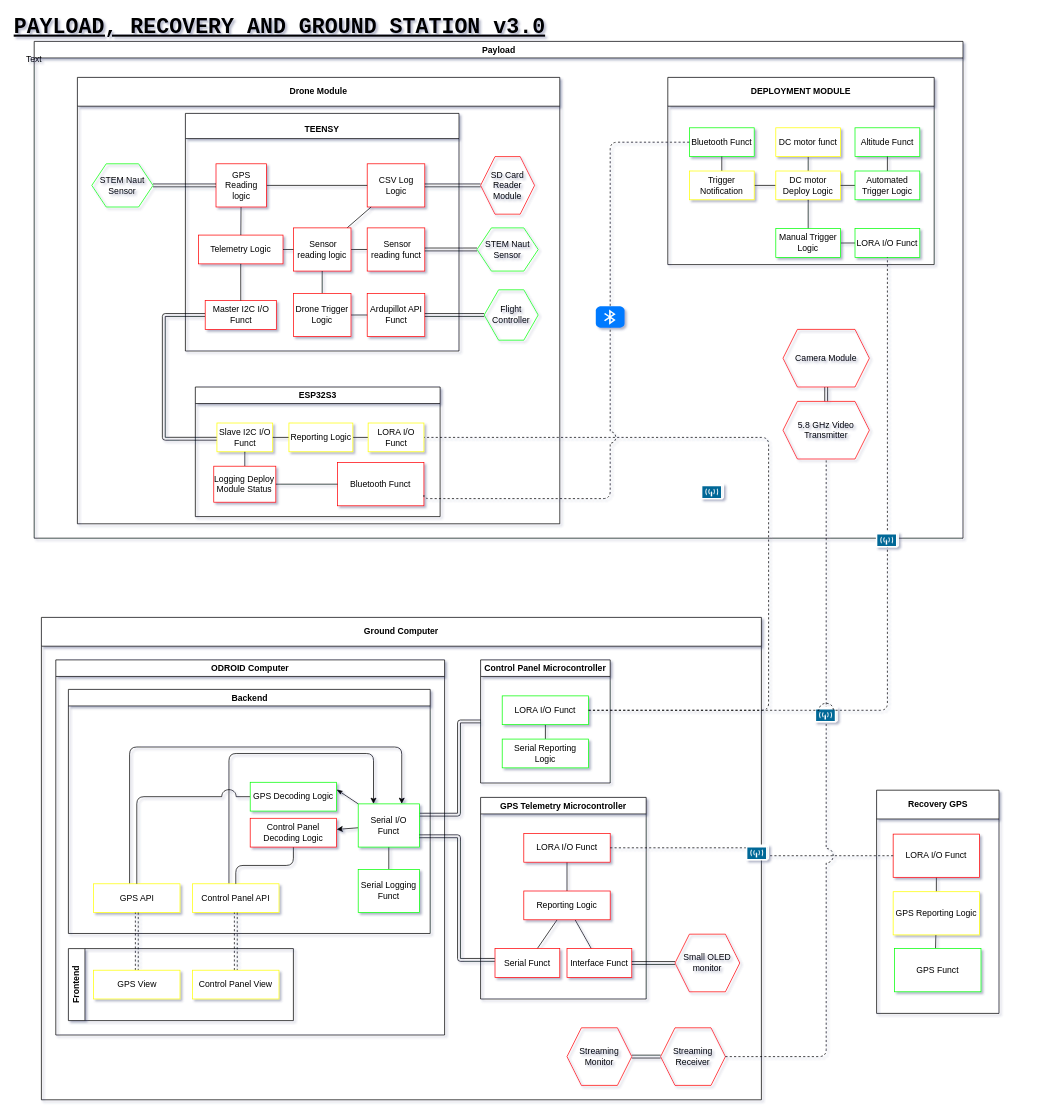
Above: page "Page-2" (1 of 6) of Design/Payload_charts.drawio in usfsoar/NSL_23-24_PayloadEECS (draw.io), before the change. Source tidied: cells renumbered, new cells numbered last; positions are measured from the earlier drawing's top-left corner, leaving out a move shared by most shapes. Both pictures are drawn from the tidied source at 72%, with x=0, y=0 at pixel (12, 12).
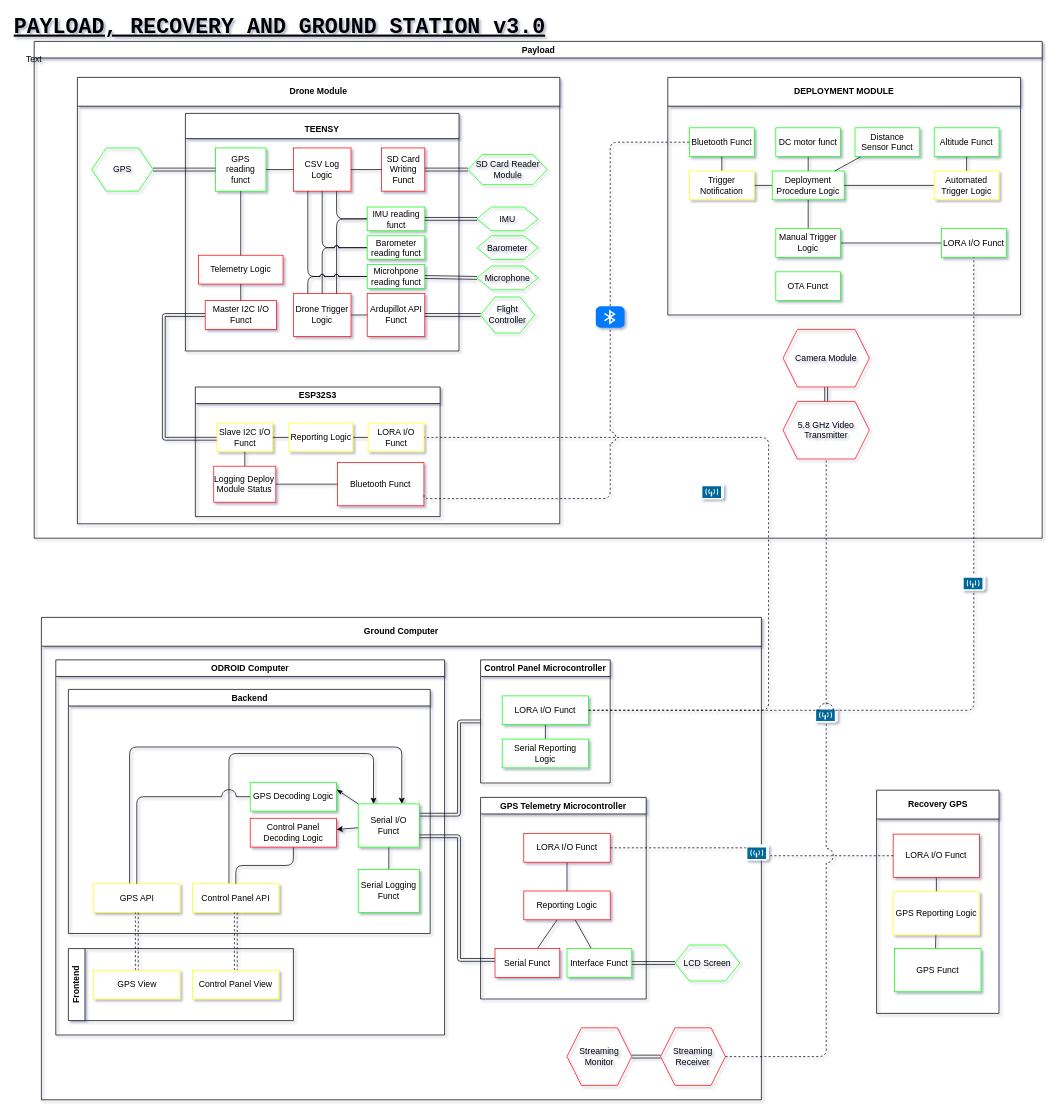
After the change.

The change refers to these unchanged cells:
```xml
<mxCell id="3" value="Ground Computer" style="swimlane;whiteSpace=wrap;html=1;startSize=40;" parent="1" vertex="1">
  <mxGeometry x="40" y="840" width="1000" height="670" as="geometry" />
</mxCell>
<mxCell id="7" value="LORA I/O Funct" style="rounded=0;whiteSpace=wrap;html=1;strokeColor=#00FF00;" parent="5" vertex="1">
  <mxGeometry x="30" y="50" width="120" height="40" as="geometry" />
</mxCell>
<mxCell id="29" value="GPS Telemetry Microcontroller" style="swimlane;whiteSpace=wrap;html=1;labelBackgroundColor=none;fontColor=default;" parent="3" vertex="1">
  <mxGeometry x="610" y="250" width="230" height="280" as="geometry" />
</mxCell>
<mxCell id="70" value="Drone Module" style="swimlane;whiteSpace=wrap;html=1;startSize=40;" parent="53" vertex="1">
  <mxGeometry x="60" y="50" width="670" height="620" as="geometry" />
</mxCell>
<mxCell id="82" value="&lt;font face=&quot;Helvetica&quot; style=&quot;font-size: 12px;&quot;&gt;TEENSY&lt;/font&gt;" style="swimlane;whiteSpace=wrap;html=1;labelBackgroundColor=none;fontFamily=Courier New;fontSize=30;fontColor=default;gradientColor=none;startSize=35;align=center;verticalAlign=middle;" parent="70" vertex="1">
  <mxGeometry x="150" y="50" width="380" height="330" as="geometry" />
</mxCell>
<mxCell id="97" value="Drone Trigger Logic" style="rounded=0;whiteSpace=wrap;html=1;strokeColor=#FF0000;" parent="82" vertex="1">
  <mxGeometry x="150" y="250" width="80" height="60" as="geometry" />
</mxCell>
```

The edit, as a diff of the source:
```diff
@@
-    <mxCell id="35" value="Interface Funct" style="rounded=0;whiteSpace=wrap;html=1;strokeColor=#FF0000;" parent="29" vertex="1">
+    <mxCell id="35" value="Interface Funct" style="rounded=0;whiteSpace=wrap;html=1;strokeColor=#00FF00;" parent="29" vertex="1">
       <mxGeometry x="120" y="210" width="90" height="40" as="geometry" />
     </mxCell>
@@
-    <mxCell id="41" value="Small OLED monitor" style="shape=hexagon;perimeter=hexagonPerimeter2;whiteSpace=wrap;html=1;fixedSize=1;strokeColor=#FF0000;fillColor=none;" parent="3" vertex="1">
-      <mxGeometry x="880" y="440" width="90" height="80" as="geometry" />
+    <mxCell id="41" value="LCD Screen" style="shape=hexagon;perimeter=hexagonPerimeter2;whiteSpace=wrap;html=1;fixedSize=1;strokeColor=#00FF00;fillColor=none;" parent="3" vertex="1">
+      <mxGeometry x="880" y="455" width="90" height="50" as="geometry" />
     </mxCell>
@@
     <mxCell id="53" value="Payload" style="swimlane;labelBackgroundColor=none;fontColor=default;gradientColor=none;html=1;" parent="1" vertex="1">
-      <mxGeometry x="30" y="40" width="1290" height="690" as="geometry" />
+      <mxGeometry x="30" y="40" width="1400" height="690" as="geometry" />
     </mxCell>
     <mxCell id="54" value="DEPLOYMENT MODULE" style="swimlane;whiteSpace=wrap;html=1;startSize=40;" parent="53" vertex="1">
-      <mxGeometry x="880" y="50" width="370" height="260" as="geometry" />
+      <mxGeometry x="880" y="50" width="490" height="330" as="geometry" />
     </mxCell>
@@
-    <mxCell id="56" value="DC motor funct" style="rounded=0;whiteSpace=wrap;html=1;strokeColor=#FFFF00;" parent="54" vertex="1">
+    <mxCell id="56" value="DC motor funct" style="rounded=0;whiteSpace=wrap;html=1;strokeColor=#00FF00;" parent="54" vertex="1">
       <mxGeometry x="150" y="70" width="90" height="40" as="geometry" />
     </mxCell>
@@
     <mxCell id="58" value="Altitude Funct" style="rounded=0;whiteSpace=wrap;html=1;strokeColor=#00FF00;" parent="54" vertex="1">
-      <mxGeometry x="260" y="70" width="90" height="40" as="geometry" />
+      <mxGeometry x="370" y="70" width="90" height="40" as="geometry" />
     </mxCell>
@@
-    <mxCell id="60" value="DC motor Deploy Logic" style="rounded=0;whiteSpace=wrap;html=1;strokeColor=#FFFF00;" parent="54" vertex="1">
-      <mxGeometry x="150" y="130" width="90" height="40" as="geometry" />
+    <mxCell id="60" value="Deployment Procedure Logic" style="rounded=0;whiteSpace=wrap;html=1;strokeColor=#00FF00;" parent="54" vertex="1">
+      <mxGeometry x="145" y="130" width="100" height="40" as="geometry" />
     </mxCell>
@@
-    <mxCell id="63" value="Automated Trigger Logic" style="rounded=0;whiteSpace=wrap;html=1;strokeColor=#00FF00;" parent="54" vertex="1">
-      <mxGeometry x="260" y="130" width="90" height="40" as="geometry" />
+    <mxCell id="63" value="Automated Trigger Logic" style="rounded=0;whiteSpace=wrap;html=1;strokeColor=#FFFF00;" parent="54" vertex="1">
+      <mxGeometry x="370" y="130" width="90" height="40" as="geometry" />
     </mxCell>
@@
     <mxCell id="67" value="LORA I/O Funct" style="rounded=0;whiteSpace=wrap;html=1;strokeColor=#00FF00;" parent="54" vertex="1">
-      <mxGeometry x="260" y="210" width="90" height="40" as="geometry" />
+      <mxGeometry x="380" y="210" width="90" height="40" as="geometry" />
     </mxCell>
@@
+    <mxCell id="117" value="OTA Funct" style="rounded=0;whiteSpace=wrap;html=1;strokeColor=#00FF00;" parent="54" vertex="1">
+      <mxGeometry x="150" y="270" width="90" height="40" as="geometry" />
+    </mxCell>
+    <mxCell id="118" style="jumpStyle=arc;html=1;endArrow=none;endFill=0;" parent="54" edge="1" source="119" target="60">
+      <mxGeometry relative="1" as="geometry" />
+    </mxCell>
+    <mxCell id="119" value="Distance Sensor Funct" style="rounded=0;whiteSpace=wrap;html=1;strokeColor=#00FF00;" parent="54" vertex="1">
+      <mxGeometry x="260" y="70" width="90" height="40" as="geometry" />
+    </mxCell>
@@
     <mxCell id="84" value="Telemetry Logic" style="rounded=0;whiteSpace=wrap;html=1;strokeColor=#FF0000;" parent="82" vertex="1">
-      <mxGeometry x="18.1" y="169" width="117.5" height="40" as="geometry" />
+      <mxGeometry x="18.1" y="197" width="117.5" height="40" as="geometry" />
     </mxCell>
     <mxCell id="85" value="CSV Log Logic" style="rounded=0;whiteSpace=wrap;html=1;strokeColor=#FF0000;" parent="82" vertex="1">
-      <mxGeometry x="252.5" y="70" width="80" height="60" as="geometry" />
+      <mxGeometry x="150" y="48" width="80" height="60" as="geometry" />
     </mxCell>
-    <mxCell id="86" style="edgeStyle=none;jumpStyle=arc;jumpSize=16;html=1;endArrow=none;endFill=0;" parent="82" edge="1" source="88" target="85">
-      <mxGeometry relative="1" as="geometry" />
-    </mxCell>
-    <mxCell id="87" style="edgeStyle=none;html=1;endArrow=none;endFill=0;" parent="82" edge="1" source="88" target="98">
-      <mxGeometry relative="1" as="geometry" />
-    </mxCell>
-    <mxCell id="88" value="&amp;nbsp;Sensor reading logic" style="rounded=0;whiteSpace=wrap;html=1;strokeColor=#FF0000;" parent="82" vertex="1">
-      <mxGeometry x="150" y="159" width="80" height="60" as="geometry" />
-    </mxCell>
@@
-    <mxCell id="90" style="edgeStyle=none;jumpStyle=arc;jumpSize=20;html=1;fontColor=default;startArrow=none;startFill=0;endArrow=none;endFill=0;" parent="82" edge="1" source="88" target="84">
-      <mxGeometry relative="1" as="geometry" />
-    </mxCell>
-    <mxCell id="91" style="edgeStyle=none;jumpStyle=arc;jumpSize=16;html=1;endArrow=none;endFill=0;" parent="82" edge="1" source="93" target="85">
-      <mxGeometry relative="1" as="geometry" />
-    </mxCell>
-    <mxCell id="92" style="edgeStyle=none;jumpStyle=arc;jumpSize=16;html=1;endArrow=none;endFill=0;" parent="82" edge="1" source="93" target="84">
-      <mxGeometry relative="1" as="geometry" />
-    </mxCell>
-    <mxCell id="93" value="GPS Reading logic" style="rounded=0;whiteSpace=wrap;html=1;strokeColor=#FF0000;" parent="82" vertex="1">
-      <mxGeometry x="42.5" y="70" width="70" height="60" as="geometry" />
-    </mxCell>
@@
-    <mxCell id="96" style="edgeStyle=none;jumpStyle=arc;jumpSize=16;html=1;endArrow=none;endFill=0;" parent="82" edge="1" source="97" target="88">
-      <mxGeometry relative="1" as="geometry" />
-    </mxCell>
@@
+    <mxCell id="120" style="edgeStyle=orthogonalEdgeStyle;html=1;entryX=0.75;entryY=1;entryDx=0;entryDy=0;endArrow=none;endFill=0;jumpStyle=arc;" parent="82" edge="1" source="98" target="85">
+      <mxGeometry relative="1" as="geometry" />
+    </mxCell>
+    <mxCell id="121" style="edgeStyle=orthogonalEdgeStyle;html=1;entryX=0.75;entryY=0;entryDx=0;entryDy=0;endArrow=none;endFill=0;jumpStyle=arc;" parent="82" edge="1" source="98" target="97">
+      <mxGeometry relative="1" as="geometry" />
+    </mxCell>
-    <mxCell id="98" value="&amp;nbsp;Sensor reading funct" style="rounded=0;whiteSpace=wrap;html=1;strokeColor=#FF0000;" parent="82" vertex="1">
-      <mxGeometry x="252.5" y="159" width="80" height="60" as="geometry" />
+    <mxCell id="98" value="IMU reading funct" style="rounded=0;whiteSpace=wrap;html=1;strokeColor=#00FF00;" parent="82" vertex="1">
+      <mxGeometry x="252.5" y="130" width="80" height="33" as="geometry" />
     </mxCell>
+    <mxCell id="122" style="edgeStyle=orthogonalEdgeStyle;html=1;entryX=0.5;entryY=1;entryDx=0;entryDy=0;endArrow=none;endFill=0;jumpStyle=arc;" parent="82" edge="1" source="124" target="85">
+      <mxGeometry relative="1" as="geometry" />
+    </mxCell>
+    <mxCell id="123" style="edgeStyle=orthogonalEdgeStyle;html=1;entryX=0.5;entryY=0;entryDx=0;entryDy=0;endArrow=none;endFill=0;jumpStyle=arc;" parent="82" edge="1" source="124" target="97">
+      <mxGeometry relative="1" as="geometry" />
+    </mxCell>
+    <mxCell id="124" value="Barometer reading funct" style="rounded=0;whiteSpace=wrap;html=1;strokeColor=#00FF00;" parent="82" vertex="1">
+      <mxGeometry x="252.5" y="170" width="80" height="33" as="geometry" />
+    </mxCell>
+    <mxCell id="125" style="edgeStyle=orthogonalEdgeStyle;html=1;entryX=0.25;entryY=1;entryDx=0;entryDy=0;endArrow=none;endFill=0;jumpStyle=arc;" parent="82" edge="1" source="127" target="85">
+      <mxGeometry relative="1" as="geometry" />
+    </mxCell>
+    <mxCell id="126" style="edgeStyle=orthogonalEdgeStyle;html=1;entryX=0.25;entryY=0;entryDx=0;entryDy=0;endArrow=none;endFill=0;jumpStyle=arc;" parent="82" edge="1" source="127" target="97">
+      <mxGeometry relative="1" as="geometry" />
+    </mxCell>
+    <mxCell id="127" value="Microhpone reading funct" style="rounded=0;whiteSpace=wrap;html=1;strokeColor=#00FF00;" parent="82" vertex="1">
+      <mxGeometry x="252.5" y="210" width="80" height="33" as="geometry" />
+    </mxCell>
+    <mxCell id="128" value="GPS reading funct" style="rounded=0;whiteSpace=wrap;html=1;strokeColor=#00FF00;" parent="82" vertex="1">
+      <mxGeometry x="41.9" y="48" width="70" height="60" as="geometry" />
+    </mxCell>
+    <mxCell id="129" style="edgeStyle=none;jumpStyle=arc;jumpSize=16;html=1;endArrow=none;endFill=0;entryX=1;entryY=0.5;entryDx=0;entryDy=0;exitX=0;exitY=0.5;exitDx=0;exitDy=0;" parent="82" edge="1" source="85" target="128">
+      <mxGeometry relative="1" as="geometry" />
+    </mxCell>
+    <mxCell id="92" style="edgeStyle=none;jumpStyle=arc;jumpSize=16;html=1;endArrow=none;endFill=0;" parent="82" edge="1" source="128" target="84">
+      <mxGeometry relative="1" as="geometry" />
+    </mxCell>
+    <mxCell id="130" value="SD Card Writing Funct" style="rounded=0;whiteSpace=wrap;html=1;strokeColor=#FF0000;" parent="82" vertex="1">
+      <mxGeometry x="272.5" y="48" width="60" height="60" as="geometry" />
+    </mxCell>
+    <mxCell id="101" style="edgeStyle=none;html=1;endArrow=none;endFill=0;startArrow=none;" parent="82" edge="1" source="130" target="85">
+      <mxGeometry relative="1" as="geometry" />
+    </mxCell>
-    <mxCell id="99" style="edgeStyle=none;jumpStyle=arc;jumpSize=16;html=1;endArrow=none;endFill=0;shape=link;entryX=1;entryY=0.5;entryDx=0;entryDy=0;" parent="70" edge="1" source="93" target="106">
+    <mxCell id="99" style="edgeStyle=none;jumpStyle=arc;jumpSize=16;html=1;endArrow=none;endFill=0;shape=link;entryX=1;entryY=0.5;entryDx=0;entryDy=0;startArrow=none;" parent="70" edge="1" source="128" target="106">
       <mxGeometry relative="1" as="geometry" />
     </mxCell>
@@
-    <mxCell id="101" style="edgeStyle=none;shape=link;html=1;endArrow=none;endFill=0;" parent="70" edge="1" source="102" target="85">
-      <mxGeometry relative="1" as="geometry" />
-    </mxCell>
-    <mxCell id="102" value="SD Card Reader Module" style="shape=hexagon;perimeter=hexagonPerimeter2;whiteSpace=wrap;html=1;fixedSize=1;strokeColor=#FF0000;fillColor=none;" parent="70" vertex="1">
-      <mxGeometry x="560" y="110" width="75" height="80" as="geometry" />
+    <mxCell id="102" value="SD Card Reader Module" style="shape=hexagon;perimeter=hexagonPerimeter2;whiteSpace=wrap;html=1;fixedSize=1;strokeColor=#00FF00;fillColor=none;" parent="70" vertex="1">
+      <mxGeometry x="542.5" y="107" width="110" height="42" as="geometry" />
     </mxCell>
-    <mxCell id="103" value="STEM Naut Sensor" style="shape=hexagon;perimeter=hexagonPerimeter2;whiteSpace=wrap;html=1;fixedSize=1;strokeColor=#00FF00;fillColor=none;" parent="70" vertex="1">
-      <mxGeometry x="555" y="209" width="85" height="60" as="geometry" />
+    <mxCell id="103" value="IMU" style="shape=hexagon;perimeter=hexagonPerimeter2;whiteSpace=wrap;html=1;fixedSize=1;strokeColor=#00FF00;fillColor=none;" parent="70" vertex="1">
+      <mxGeometry x="555" y="180" width="85" height="33" as="geometry" />
     </mxCell>
@@
     <mxCell id="105" value="Flight Controller" style="shape=hexagon;perimeter=hexagonPerimeter2;whiteSpace=wrap;html=1;fixedSize=1;strokeColor=#00FF00;fillColor=none;" parent="70" vertex="1">
-      <mxGeometry x="565" y="295" width="75" height="70" as="geometry" />
+      <mxGeometry x="560" y="305" width="75" height="50" as="geometry" />
     </mxCell>
-    <mxCell id="106" value="STEM Naut Sensor" style="shape=hexagon;perimeter=hexagonPerimeter2;whiteSpace=wrap;html=1;fixedSize=1;strokeColor=#00FF00;fillColor=none;" parent="70" vertex="1">
-      <mxGeometry x="20" y="120" width="85" height="60" as="geometry" />
+    <mxCell id="106" value="GPS" style="shape=hexagon;perimeter=hexagonPerimeter2;whiteSpace=wrap;html=1;fixedSize=1;strokeColor=#00FF00;fillColor=none;" parent="70" vertex="1">
+      <mxGeometry x="20" y="98" width="85" height="60" as="geometry" />
     </mxCell>
+    <mxCell id="131" value="Barometer" style="shape=hexagon;perimeter=hexagonPerimeter2;whiteSpace=wrap;html=1;fixedSize=1;strokeColor=#00FF00;fillColor=none;" parent="70" vertex="1">
+      <mxGeometry x="555" y="220" width="85" height="33" as="geometry" />
+    </mxCell>
+    <mxCell id="132" value="Microphone" style="shape=hexagon;perimeter=hexagonPerimeter2;whiteSpace=wrap;html=1;fixedSize=1;strokeColor=#00FF00;fillColor=none;" parent="70" vertex="1">
+      <mxGeometry x="555" y="262" width="85" height="33" as="geometry" />
+    </mxCell>
+    <mxCell id="133" style="edgeStyle=none;shape=link;html=1;entryX=0;entryY=0.5;entryDx=0;entryDy=0;endArrow=none;endFill=0;" parent="70" edge="1" source="127" target="132">
+      <mxGeometry relative="1" as="geometry" />
+    </mxCell>
+    <mxCell id="134" style="edgeStyle=none;shape=link;html=1;endArrow=none;endFill=0;" parent="70" edge="1" source="102" target="130">
+      <mxGeometry relative="1" as="geometry" />
+    </mxCell>
@@
     <mxCell id="114" style="endArrow=none;html=1;fontColor=default;exitX=1;exitY=0.5;exitDx=0;exitDy=0;startArrow=none;startFill=0;edgeStyle=orthogonalEdgeStyle;jumpStyle=arc;jumpSize=20;dashed=1;endFill=0;entryX=0.5;entryY=1;entryDx=0;entryDy=0;" parent="1" edge="1" source="7" target="67">
       <mxGeometry relative="1" as="geometry">
         <Array as="points">
-          <mxPoint x="1215" y="969" />
+          <mxPoint x="1335" y="969" />
         </Array>
       </mxGeometry>
     </mxCell>
```
